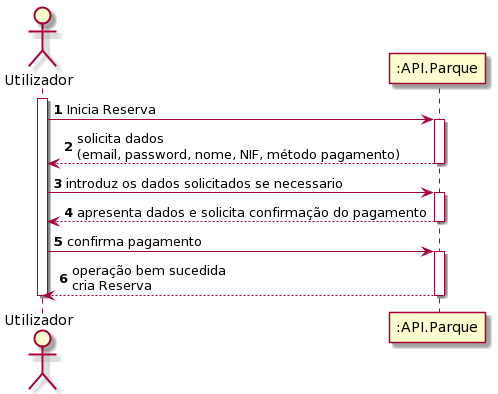
This is Documentos/Sprint2/Caso Uso 2/Caso de Uso 2.png from UPskillDOTNET/Jakim-das-Coives-S.A., a PlantUML export, as it was before one commit. The source it was exported from:
```plantuml
@startuml
autonumber
actor "Utilizador" as UserNR

activate UserNR
UserNR -> ":API.Parque" : Inicia Reserva
activate ":API.Parque"
":API.Parque" --> UserNR : solicita dados \n(email, password, nome, NIF, método pagamento)
deactivate ":API.Parque"

UserNR -> ":API.Parque" : introduz os dados solicitados se necessario
activate ":API.Parque"
":API.Parque" --> UserNR : apresenta dados e solicita confirmação do pagamento
deactivate ":API.Parque"

UserNR -> ":API.Parque" : confirma pagamento
activate ":API.Parque"
":API.Parque" --> UserNR : operação bem sucedida \ncria Reserva
deactivate ":API.Parque"

deactivate UserNR
@enduml
```
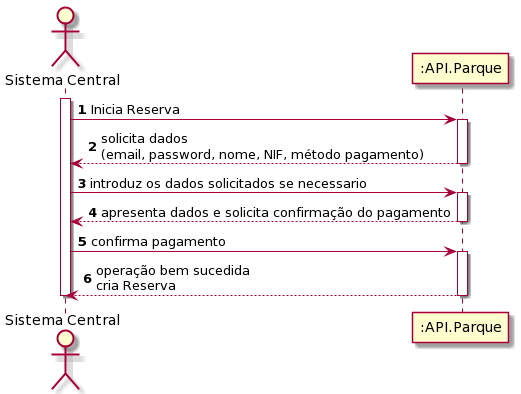
After the change.

Diff of the diagram source:
```diff
@@ -1,6 +1,6 @@
 @startuml
 autonumber
-actor "Utilizador" as UserNR
+actor "Sistema Central" as UserNR
 
 activate UserNR
 UserNR -> ":API.Parque" : Inicia Reserva
```
